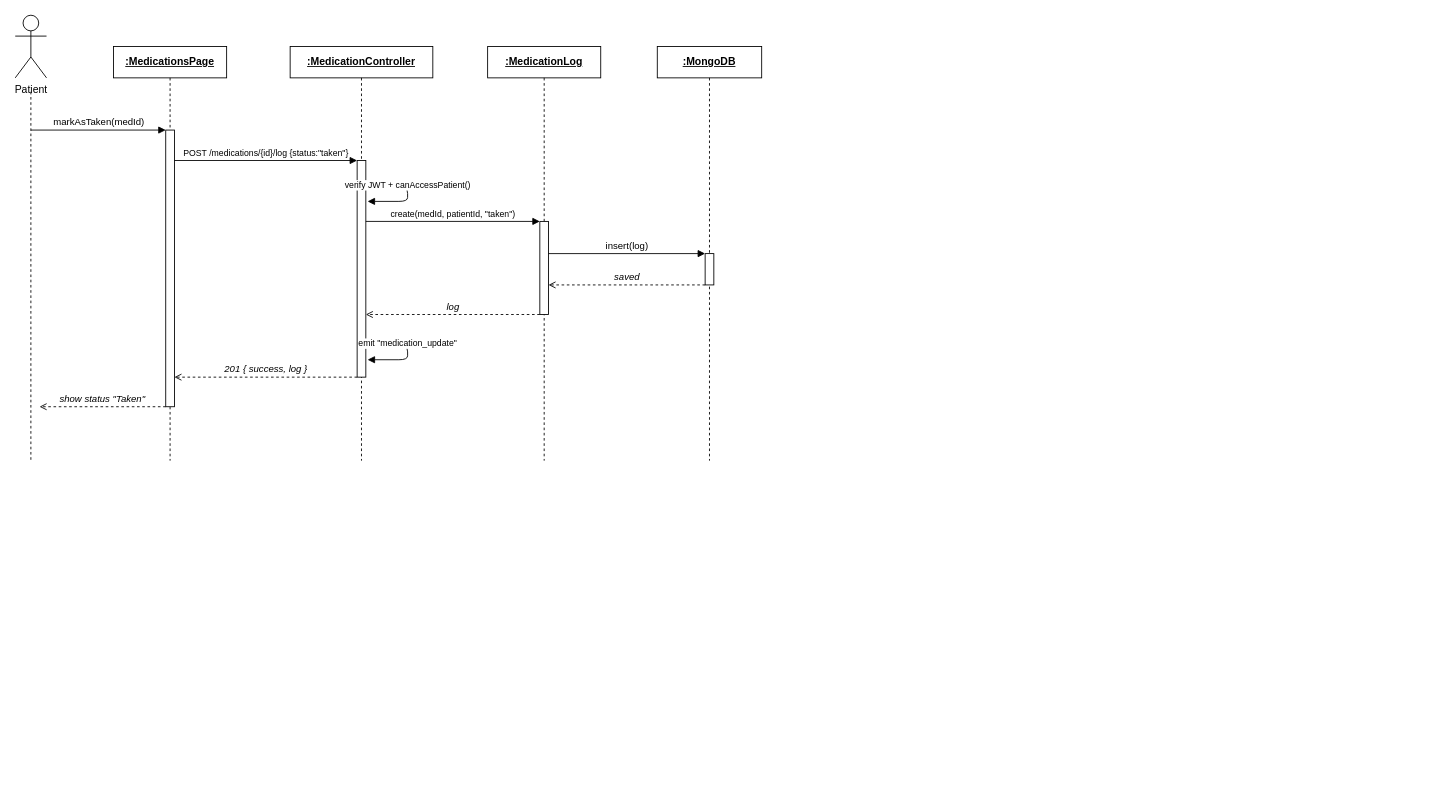
Earlier version of the draw.io diagram docs/diagrams/sequence-take-medication.drawio.xml (Iraj-Shahzad/memoracare-). Source tidied: cells renumbered, new cells numbered last; positions are measured from the earlier drawing's top-left corner, leaving out a move shared by most shapes. Both pictures are drawn from the tidied source at 87%, with x=0, y=0 at pixel (15, 15).
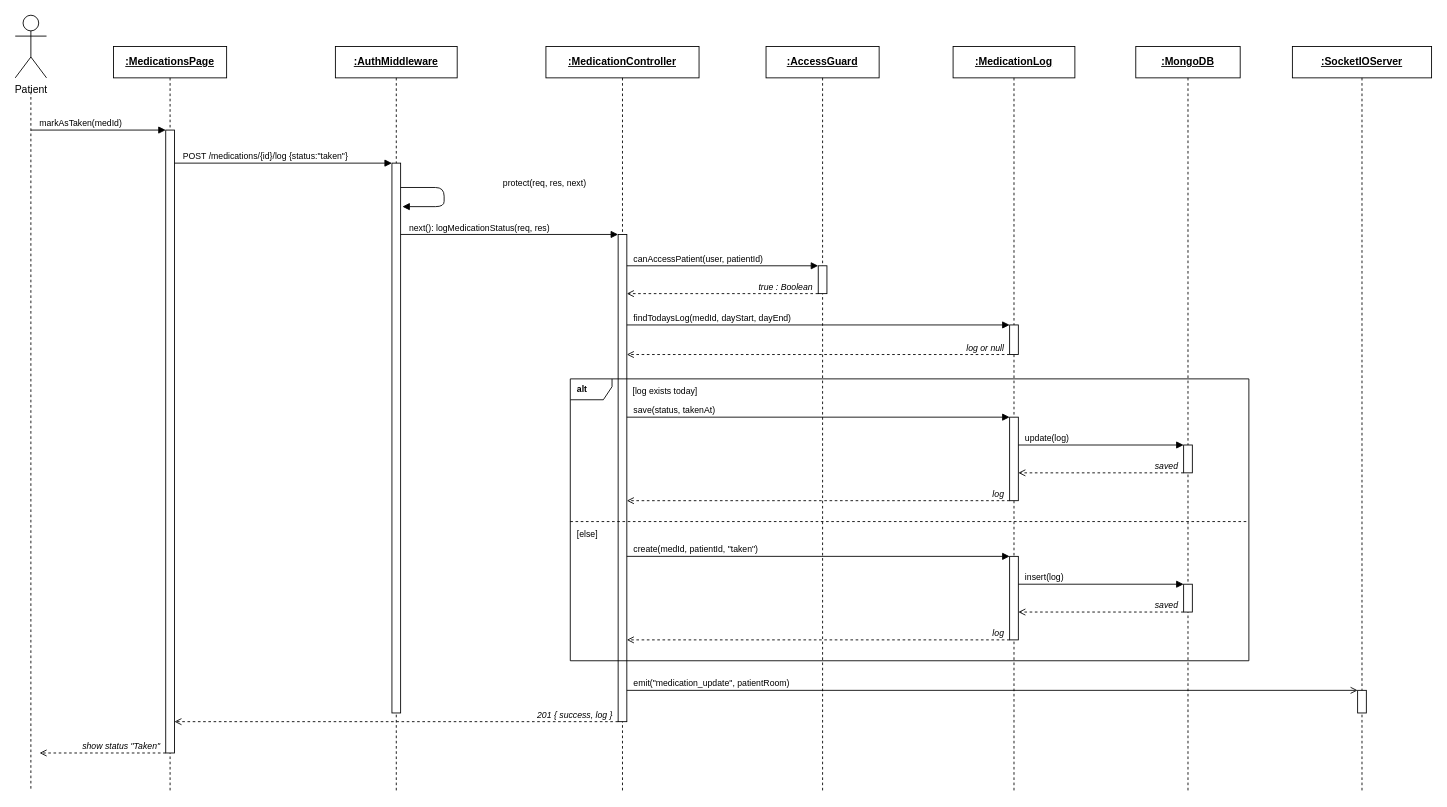
Above is the later version.

The edit, as a diff of the source:
```diff
@@
+    <mxCell id="26" value=":AuthMiddleware" style="rounded=0;whiteSpace=wrap;html=1;fontStyle=5;" parent="1" vertex="1">
+      <mxGeometry x="368" y="36" width="140" height="36" as="geometry" />
+    </mxCell>
     <mxCell id="4" value=":MedicationController" style="rounded=0;whiteSpace=wrap;html=1;fontStyle=5;" parent="1" vertex="1">
-      <mxGeometry x="316" y="36" width="164" height="36" as="geometry" />
+      <mxGeometry x="610" y="36" width="176" height="36" as="geometry" />
     </mxCell>
+    <mxCell id="27" value=":AccessGuard" style="rounded=0;whiteSpace=wrap;html=1;fontStyle=5;" parent="1" vertex="1">
+      <mxGeometry x="863" y="36" width="130" height="36" as="geometry" />
+    </mxCell>
     <mxCell id="5" value=":MedicationLog" style="rounded=0;whiteSpace=wrap;html=1;fontStyle=5;" parent="1" vertex="1">
-      <mxGeometry x="543" y="36" width="130" height="36" as="geometry" />
+      <mxGeometry x="1078" y="36" width="140" height="36" as="geometry" />
     </mxCell>
     <mxCell id="6" value=":MongoDB" style="rounded=0;whiteSpace=wrap;html=1;fontStyle=5;" parent="1" vertex="1">
-      <mxGeometry x="738" y="36" width="120" height="36" as="geometry" />
+      <mxGeometry x="1288" y="36" width="120" height="36" as="geometry" />
     </mxCell>
+    <mxCell id="28" value=":SocketIOServer" style="rounded=0;whiteSpace=wrap;html=1;fontStyle=5;" parent="1" vertex="1">
+      <mxGeometry x="1468" y="36" width="160" height="36" as="geometry" />
+    </mxCell>
     <mxCell id="7" style="endArrow=none;dashed=1;html=1;" parent="1" edge="1">
       <mxGeometry relative="1" as="geometry">
         <mxPoint x="18" y="88" as="sourcePoint" />
-        <mxPoint x="18" y="512" as="targetPoint" />
+        <mxPoint x="18" y="892" as="targetPoint" />
       </mxGeometry>
     </mxCell>
     <mxCell id="8" style="endArrow=none;dashed=1;html=1;" parent="1" edge="1">
       <mxGeometry relative="1" as="geometry">
         <mxPoint x="178" y="72" as="sourcePoint" />
-        <mxPoint x="178" y="512" as="targetPoint" />
+        <mxPoint x="178" y="892" as="targetPoint" />
       </mxGeometry>
     </mxCell>
+    <mxCell id="29" style="endArrow=none;dashed=1;html=1;" parent="1" edge="1">
+      <mxGeometry relative="1" as="geometry">
+        <mxPoint x="438" y="72" as="sourcePoint" />
+        <mxPoint x="438" y="892" as="targetPoint" />
+      </mxGeometry>
+    </mxCell>
     <mxCell id="9" style="endArrow=none;dashed=1;html=1;" parent="1" edge="1">
       <mxGeometry relative="1" as="geometry">
-        <mxPoint x="398" y="72" as="sourcePoint" />
-        <mxPoint x="398" y="512" as="targetPoint" />
+        <mxPoint x="698" y="72" as="sourcePoint" />
+        <mxPoint x="698" y="892" as="targetPoint" />
       </mxGeometry>
     </mxCell>
+    <mxCell id="30" style="endArrow=none;dashed=1;html=1;" parent="1" edge="1">
+      <mxGeometry relative="1" as="geometry">
+        <mxPoint x="928" y="72" as="sourcePoint" />
+        <mxPoint x="928" y="892" as="targetPoint" />
+      </mxGeometry>
+    </mxCell>
     <mxCell id="10" style="endArrow=none;dashed=1;html=1;" parent="1" edge="1">
       <mxGeometry relative="1" as="geometry">
-        <mxPoint x="608" y="72" as="sourcePoint" />
-        <mxPoint x="608" y="512" as="targetPoint" />
+        <mxPoint x="1148" y="72" as="sourcePoint" />
+        <mxPoint x="1148" y="892" as="targetPoint" />
       </mxGeometry>
     </mxCell>
     <mxCell id="11" style="endArrow=none;dashed=1;html=1;" parent="1" edge="1">
       <mxGeometry relative="1" as="geometry">
-        <mxPoint x="798" y="72" as="sourcePoint" />
-        <mxPoint x="798" y="512" as="targetPoint" />
+        <mxPoint x="1348" y="72" as="sourcePoint" />
+        <mxPoint x="1348" y="892" as="targetPoint" />
       </mxGeometry>
     </mxCell>
-    <mxCell id="12" style="rounded=0;html=1;fillColor=#ffffff;" parent="1" vertex="1">
-      <mxGeometry x="173" y="132" width="10" height="318" as="geometry" />
-    </mxCell>
-    <mxCell id="13" style="rounded=0;html=1;fillColor=#ffffff;" parent="1" vertex="1">
-      <mxGeometry x="393" y="167" width="10" height="249" as="geometry" />
-    </mxCell>
-    <mxCell id="14" style="rounded=0;html=1;fillColor=#ffffff;" parent="1" vertex="1">
-      <mxGeometry x="603" y="237" width="10" height="107" as="geometry" />
-    </mxCell>
-    <mxCell id="15" style="rounded=0;html=1;fillColor=#ffffff;" parent="1" vertex="1">
-      <mxGeometry x="793" y="274" width="10" height="36" as="geometry" />
-    </mxCell>
+    <mxCell id="31" style="endArrow=none;dashed=1;html=1;" parent="1" edge="1">
+      <mxGeometry relative="1" as="geometry">
+        <mxPoint x="1548" y="72" as="sourcePoint" />
+        <mxPoint x="1548" y="892" as="targetPoint" />
+      </mxGeometry>
+    </mxCell>
+    <mxCell id="32" style="rounded=0;html=1;fillColor=#ffffff;" parent="1" vertex="1">
+      <mxGeometry x="173" y="132" width="10" height="716" as="geometry" />
+    </mxCell>
+    <mxCell id="33" style="rounded=0;html=1;fillColor=#ffffff;" parent="1" vertex="1">
+      <mxGeometry x="433" y="170" width="10" height="632" as="geometry" />
+    </mxCell>
+    <mxCell id="34" style="rounded=0;html=1;fillColor=#ffffff;" parent="1" vertex="1">
+      <mxGeometry x="693" y="252" width="10" height="560" as="geometry" />
+    </mxCell>
+    <mxCell id="35" style="rounded=0;html=1;fillColor=#ffffff;" parent="1" vertex="1">
+      <mxGeometry x="923" y="288" width="10" height="32" as="geometry" />
+    </mxCell>
+    <mxCell id="36" style="rounded=0;html=1;fillColor=#ffffff;" parent="1" vertex="1">
+      <mxGeometry x="1143" y="356" width="10" height="34" as="geometry" />
+    </mxCell>
+    <mxCell id="37" style="rounded=0;html=1;fillColor=#ffffff;" parent="1" vertex="1">
+      <mxGeometry x="1143" y="462" width="10" height="96" as="geometry" />
+    </mxCell>
+    <mxCell id="38" style="rounded=0;html=1;fillColor=#ffffff;" parent="1" vertex="1">
+      <mxGeometry x="1143" y="622" width="10" height="96" as="geometry" />
+    </mxCell>
+    <mxCell id="39" style="rounded=0;html=1;fillColor=#ffffff;" parent="1" vertex="1">
+      <mxGeometry x="1343" y="494" width="10" height="32" as="geometry" />
+    </mxCell>
+    <mxCell id="40" style="rounded=0;html=1;fillColor=#ffffff;" parent="1" vertex="1">
+      <mxGeometry x="1343" y="654" width="10" height="32" as="geometry" />
+    </mxCell>
+    <mxCell id="41" style="rounded=0;html=1;fillColor=#ffffff;" parent="1" vertex="1">
+      <mxGeometry x="1543" y="776" width="10" height="26" as="geometry" />
+    </mxCell>
+    <mxCell id="42" value="alt" style="shape=umlFrame;whiteSpace=wrap;html=1;fillColor=none;width=48;height=24;align=left;spacingLeft=6;verticalAlign=top;fontSize=10;fontStyle=1;" parent="1" vertex="1">
+      <mxGeometry x="638" y="418" width="780" height="324" as="geometry" />
+    </mxCell>
+    <mxCell id="43" value="[log exists today]" style="text;html=1;align=left;verticalAlign=middle;fontSize=10;" parent="1" vertex="1">
+      <mxGeometry x="708" y="420" width="130" height="24" as="geometry" />
+    </mxCell>
+    <mxCell id="44" style="endArrow=none;dashed=1;html=1;" parent="1" edge="1">
+      <mxGeometry relative="1" as="geometry">
+        <mxPoint x="638" y="582" as="sourcePoint" />
+        <mxPoint x="1418" y="582" as="targetPoint" />
+      </mxGeometry>
+    </mxCell>
+    <mxCell id="45" value="[else]" style="text;html=1;align=left;verticalAlign=middle;fontSize=10;" parent="1" vertex="1">
+      <mxGeometry x="644" y="584" width="70" height="24" as="geometry" />
+    </mxCell>
-    <mxCell id="16" value="markAsTaken(medId)" style="html=1;endArrow=block;fillColor=#000000;align=center;verticalAlign=bottom;" parent="1" edge="1">
+    <mxCell id="16" style="html=1;endArrow=block;endFill=1;fillColor=#000000;" parent="1" edge="1">
       <mxGeometry relative="1" as="geometry">
         <mxPoint x="18" y="132" as="sourcePoint" />
         <mxPoint x="173" y="132" as="targetPoint" />
       </mxGeometry>
     </mxCell>
+    <mxCell id="46" value="markAsTaken(medId)" style="edgeLabel;html=1;align=left;verticalAlign=bottom;fontSize=10;labelBackgroundColor=none;" parent="16" vertex="1">
+      <mxGeometry x="-1" relative="1" as="geometry">
+        <mxPoint x="8" as="offset" />
+      </mxGeometry>
+    </mxCell>
-    <mxCell id="17" value="POST /medications/{id}/log {status:&quot;taken&quot;}" style="html=1;endArrow=block;fillColor=#000000;align=center;verticalAlign=bottom;fontSize=10;" parent="1" edge="1">
+    <mxCell id="17" style="html=1;endArrow=block;endFill=1;fillColor=#000000;" parent="1" edge="1">
       <mxGeometry relative="1" as="geometry">
-        <mxPoint x="183" y="167" as="sourcePoint" />
-        <mxPoint x="393" y="167" as="targetPoint" />
+        <mxPoint x="183" y="170" as="sourcePoint" />
+        <mxPoint x="433" y="170" as="targetPoint" />
       </mxGeometry>
     </mxCell>
+    <mxCell id="47" value="POST /medications/{id}/log {status:&quot;taken&quot;}" style="edgeLabel;html=1;align=left;verticalAlign=bottom;fontSize=10;labelBackgroundColor=none;" parent="17" vertex="1">
+      <mxGeometry x="-1" relative="1" as="geometry">
+        <mxPoint x="8" as="offset" />
+      </mxGeometry>
+    </mxCell>
-    <mxCell id="18" value="verify JWT + canAccessPatient()" style="html=1;endArrow=block;fillColor=#000000;fontSize=10;verticalAlign=bottom;" parent="1" edge="1">
+    <mxCell id="18" style="html=1;endArrow=block;endFill=1;fillColor=#000000;" parent="1" edge="1">
       <mxGeometry relative="1" as="geometry">
-        <mxPoint x="403" y="196" as="sourcePoint" />
-        <mxPoint x="405" y="214" as="targetPoint" />
+        <mxPoint x="443" y="198" as="sourcePoint" />
+        <mxPoint x="445" y="220" as="targetPoint" />
         <Array as="points">
-          <mxPoint x="451" y="196" />
-          <mxPoint x="451" y="214" />
+          <mxPoint x="493" y="198" />
+          <mxPoint x="493" y="220" />
         </Array>
       </mxGeometry>
     </mxCell>
+    <mxCell id="48" value="protect(req, res, next)" style="edgeLabel;html=1;align=left;verticalAlign=middle;fontSize=10;labelBackgroundColor=none;" parent="18" vertex="1">
+      <mxGeometry relative="1" as="geometry">
+        <mxPoint x="66" y="-16" as="offset" />
+      </mxGeometry>
+    </mxCell>
-    <mxCell id="19" value="create(medId, patientId, &quot;taken&quot;)" style="html=1;endArrow=block;fillColor=#000000;align=center;verticalAlign=bottom;fontSize=10;" parent="1" edge="1">
+    <mxCell id="19" style="html=1;endArrow=block;endFill=1;fillColor=#000000;" parent="1" edge="1">
       <mxGeometry relative="1" as="geometry">
-        <mxPoint x="403" y="237" as="sourcePoint" />
-        <mxPoint x="603" y="237" as="targetPoint" />
+        <mxPoint x="443" y="252" as="sourcePoint" />
+        <mxPoint x="693" y="252" as="targetPoint" />
       </mxGeometry>
     </mxCell>
+    <mxCell id="49" value="next(): logMedicationStatus(req, res)" style="edgeLabel;html=1;align=left;verticalAlign=bottom;fontSize=10;labelBackgroundColor=none;" parent="19" vertex="1">
+      <mxGeometry x="-1" relative="1" as="geometry">
+        <mxPoint x="8" as="offset" />
+      </mxGeometry>
+    </mxCell>
-    <mxCell id="20" value="insert(log)" style="html=1;endArrow=block;fillColor=#000000;align=center;verticalAlign=bottom;" parent="1" edge="1">
+    <mxCell id="20" style="html=1;endArrow=block;endFill=1;fillColor=#000000;" parent="1" edge="1">
       <mxGeometry relative="1" as="geometry">
-        <mxPoint x="613" y="274" as="sourcePoint" />
-        <mxPoint x="793" y="274" as="targetPoint" />
+        <mxPoint x="703" y="288" as="sourcePoint" />
+        <mxPoint x="923" y="288" as="targetPoint" />
       </mxGeometry>
     </mxCell>
+    <mxCell id="50" value="canAccessPatient(user, patientId)" style="edgeLabel;html=1;align=left;verticalAlign=bottom;fontSize=10;labelBackgroundColor=none;" parent="20" vertex="1">
+      <mxGeometry x="-1" relative="1" as="geometry">
+        <mxPoint x="6" as="offset" />
+      </mxGeometry>
+    </mxCell>
-    <mxCell id="21" value="saved" style="html=1;endArrow=open;dashed=1;align=center;verticalAlign=bottom;fontStyle=2;" parent="1" edge="1">
+    <mxCell id="21" style="html=1;endArrow=open;endFill=0;dashed=1;" parent="1" edge="1">
       <mxGeometry relative="1" as="geometry">
-        <mxPoint x="793" y="310" as="sourcePoint" />
-        <mxPoint x="613" y="310" as="targetPoint" />
+        <mxPoint x="923" y="320" as="sourcePoint" />
+        <mxPoint x="703" y="320" as="targetPoint" />
       </mxGeometry>
     </mxCell>
-    <mxCell id="22" value="log" style="html=1;endArrow=open;dashed=1;align=center;verticalAlign=bottom;fontStyle=2;" parent="1" edge="1">
-      <mxGeometry relative="1" as="geometry">
-        <mxPoint x="603" y="344" as="sourcePoint" />
-        <mxPoint x="403" y="344" as="targetPoint" />
-      </mxGeometry>
-    </mxCell>
-    <mxCell id="23" value="emit &quot;medication_update&quot;" style="html=1;endArrow=block;fillColor=#000000;fontSize=10;verticalAlign=bottom;" parent="1" edge="1">
-      <mxGeometry relative="1" as="geometry">
-        <mxPoint x="403" y="378" as="sourcePoint" />
-        <mxPoint x="405" y="396" as="targetPoint" />
-        <Array as="points">
-          <mxPoint x="451" y="378" />
-          <mxPoint x="451" y="396" />
-        </Array>
-      </mxGeometry>
-    </mxCell>
+    <mxCell id="51" value="true : Boolean" style="edgeLabel;html=1;align=right;verticalAlign=bottom;fontSize=10;fontStyle=2;labelBackgroundColor=none;" parent="21" vertex="1">
+      <mxGeometry x="-1" relative="1" as="geometry">
+        <mxPoint x="-6" as="offset" />
+      </mxGeometry>
+    </mxCell>
+    <mxCell id="52" style="html=1;endArrow=block;endFill=1;fillColor=#000000;" parent="1" edge="1">
+      <mxGeometry relative="1" as="geometry">
+        <mxPoint x="703" y="356" as="sourcePoint" />
+        <mxPoint x="1143" y="356" as="targetPoint" />
+      </mxGeometry>
+    </mxCell>
+    <mxCell id="53" value="findTodaysLog(medId, dayStart, dayEnd)" style="edgeLabel;html=1;align=left;verticalAlign=bottom;fontSize=10;labelBackgroundColor=none;" parent="52" vertex="1">
+      <mxGeometry x="-1" relative="1" as="geometry">
+        <mxPoint x="6" as="offset" />
+      </mxGeometry>
+    </mxCell>
+    <mxCell id="54" style="html=1;endArrow=open;endFill=0;dashed=1;" parent="1" edge="1">
+      <mxGeometry relative="1" as="geometry">
+        <mxPoint x="1143" y="390" as="sourcePoint" />
+        <mxPoint x="703" y="390" as="targetPoint" />
+      </mxGeometry>
+    </mxCell>
+    <mxCell id="55" value="log or null" style="edgeLabel;html=1;align=right;verticalAlign=bottom;fontSize=10;fontStyle=2;labelBackgroundColor=none;" parent="54" vertex="1">
+      <mxGeometry x="-1" relative="1" as="geometry">
+        <mxPoint x="-6" as="offset" />
+      </mxGeometry>
+    </mxCell>
+    <mxCell id="56" style="html=1;endArrow=block;endFill=1;fillColor=#000000;" parent="1" edge="1">
+      <mxGeometry relative="1" as="geometry">
+        <mxPoint x="703" y="462" as="sourcePoint" />
+        <mxPoint x="1143" y="462" as="targetPoint" />
+      </mxGeometry>
+    </mxCell>
+    <mxCell id="57" value="save(status, takenAt)" style="edgeLabel;html=1;align=left;verticalAlign=bottom;fontSize=10;labelBackgroundColor=none;" parent="56" vertex="1">
+      <mxGeometry x="-1" relative="1" as="geometry">
+        <mxPoint x="6" as="offset" />
+      </mxGeometry>
+    </mxCell>
+    <mxCell id="58" style="html=1;endArrow=block;endFill=1;fillColor=#000000;" parent="1" edge="1">
+      <mxGeometry relative="1" as="geometry">
+        <mxPoint x="1153" y="494" as="sourcePoint" />
+        <mxPoint x="1343" y="494" as="targetPoint" />
+      </mxGeometry>
+    </mxCell>
+    <mxCell id="59" value="update(log)" style="edgeLabel;html=1;align=left;verticalAlign=bottom;fontSize=10;labelBackgroundColor=none;" parent="58" vertex="1">
+      <mxGeometry x="-1" relative="1" as="geometry">
+        <mxPoint x="6" as="offset" />
+      </mxGeometry>
+    </mxCell>
+    <mxCell id="60" style="html=1;endArrow=open;endFill=0;dashed=1;" parent="1" edge="1">
+      <mxGeometry relative="1" as="geometry">
+        <mxPoint x="1343" y="526" as="sourcePoint" />
+        <mxPoint x="1153" y="526" as="targetPoint" />
+      </mxGeometry>
+    </mxCell>
+    <mxCell id="61" value="saved" style="edgeLabel;html=1;align=right;verticalAlign=bottom;fontSize=10;fontStyle=2;labelBackgroundColor=none;" parent="60" vertex="1">
+      <mxGeometry x="-1" relative="1" as="geometry">
+        <mxPoint x="-6" as="offset" />
+      </mxGeometry>
+    </mxCell>
+    <mxCell id="62" style="html=1;endArrow=open;endFill=0;dashed=1;" parent="1" edge="1">
+      <mxGeometry relative="1" as="geometry">
+        <mxPoint x="1143" y="558" as="sourcePoint" />
+        <mxPoint x="703" y="558" as="targetPoint" />
+      </mxGeometry>
+    </mxCell>
+    <mxCell id="63" value="log" style="edgeLabel;html=1;align=right;verticalAlign=bottom;fontSize=10;fontStyle=2;labelBackgroundColor=none;" parent="62" vertex="1">
+      <mxGeometry x="-1" relative="1" as="geometry">
+        <mxPoint x="-6" as="offset" />
+      </mxGeometry>
+    </mxCell>
+    <mxCell id="64" style="html=1;endArrow=block;endFill=1;fillColor=#000000;" parent="1" edge="1">
+      <mxGeometry relative="1" as="geometry">
+        <mxPoint x="703" y="622" as="sourcePoint" />
+        <mxPoint x="1143" y="622" as="targetPoint" />
+      </mxGeometry>
+    </mxCell>
+    <mxCell id="65" value="create(medId, patientId, &quot;taken&quot;)" style="edgeLabel;html=1;align=left;verticalAlign=bottom;fontSize=10;labelBackgroundColor=none;" parent="64" vertex="1">
+      <mxGeometry x="-1" relative="1" as="geometry">
+        <mxPoint x="6" as="offset" />
+      </mxGeometry>
+    </mxCell>
+    <mxCell id="66" style="html=1;endArrow=block;endFill=1;fillColor=#000000;" parent="1" edge="1">
+      <mxGeometry relative="1" as="geometry">
+        <mxPoint x="1153" y="654" as="sourcePoint" />
+        <mxPoint x="1343" y="654" as="targetPoint" />
+      </mxGeometry>
+    </mxCell>
+    <mxCell id="67" value="insert(log)" style="edgeLabel;html=1;align=left;verticalAlign=bottom;fontSize=10;labelBackgroundColor=none;" parent="66" vertex="1">
+      <mxGeometry x="-1" relative="1" as="geometry">
+        <mxPoint x="6" as="offset" />
+      </mxGeometry>
+    </mxCell>
+    <mxCell id="68" style="html=1;endArrow=open;endFill=0;dashed=1;" parent="1" edge="1">
+      <mxGeometry relative="1" as="geometry">
+        <mxPoint x="1343" y="686" as="sourcePoint" />
+        <mxPoint x="1153" y="686" as="targetPoint" />
+      </mxGeometry>
+    </mxCell>
+    <mxCell id="69" value="saved" style="edgeLabel;html=1;align=right;verticalAlign=bottom;fontSize=10;fontStyle=2;labelBackgroundColor=none;" parent="68" vertex="1">
+      <mxGeometry x="-1" relative="1" as="geometry">
+        <mxPoint x="-6" as="offset" />
+      </mxGeometry>
+    </mxCell>
+    <mxCell id="70" style="html=1;endArrow=open;endFill=0;dashed=1;" parent="1" edge="1">
+      <mxGeometry relative="1" as="geometry">
+        <mxPoint x="1143" y="718" as="sourcePoint" />
+        <mxPoint x="703" y="718" as="targetPoint" />
+      </mxGeometry>
+    </mxCell>
+    <mxCell id="71" value="log" style="edgeLabel;html=1;align=right;verticalAlign=bottom;fontSize=10;fontStyle=2;labelBackgroundColor=none;" parent="70" vertex="1">
+      <mxGeometry x="-1" relative="1" as="geometry">
+        <mxPoint x="-6" as="offset" />
+      </mxGeometry>
+    </mxCell>
+    <mxCell id="72" style="html=1;endArrow=open;endFill=0;dashed=0;" parent="1" edge="1">
+      <mxGeometry relative="1" as="geometry">
+        <mxPoint x="703" y="776" as="sourcePoint" />
+        <mxPoint x="1543" y="776" as="targetPoint" />
+      </mxGeometry>
+    </mxCell>
+    <mxCell id="73" value="emit(&quot;medication_update&quot;, patientRoom)" style="edgeLabel;html=1;align=left;verticalAlign=bottom;fontSize=10;labelBackgroundColor=none;" parent="72" vertex="1">
+      <mxGeometry x="-1" relative="1" as="geometry">
+        <mxPoint x="6" as="offset" />
+      </mxGeometry>
+    </mxCell>
+    <mxCell id="74" style="html=1;endArrow=open;endFill=0;dashed=1;" parent="1" edge="1">
+      <mxGeometry relative="1" as="geometry">
+        <mxPoint x="693" y="812" as="sourcePoint" />
+        <mxPoint x="183" y="812" as="targetPoint" />
+      </mxGeometry>
+    </mxCell>
-    <mxCell id="24" value="201 { success, log }" style="html=1;endArrow=open;dashed=1;align=center;verticalAlign=bottom;fontStyle=2;" parent="1" edge="1">
-      <mxGeometry relative="1" as="geometry">
-        <mxPoint x="393" y="416" as="sourcePoint" />
-        <mxPoint x="183" y="416" as="targetPoint" />
+    <mxCell id="24" value="201 { success, log }" style="edgeLabel;html=1;align=right;verticalAlign=bottom;fontSize=10;fontStyle=2;labelBackgroundColor=none;" parent="74" vertex="1">
+      <mxGeometry x="-1" relative="1" as="geometry">
+        <mxPoint x="-6" as="offset" />
       </mxGeometry>
     </mxCell>
+    <mxCell id="75" style="html=1;endArrow=open;endFill=0;dashed=1;" parent="1" edge="1">
+      <mxGeometry relative="1" as="geometry">
+        <mxPoint x="173" y="848" as="sourcePoint" />
+        <mxPoint x="28" y="848" as="targetPoint" />
+      </mxGeometry>
+    </mxCell>
-    <mxCell id="25" value="show status &quot;Taken&quot;" style="html=1;endArrow=open;dashed=1;align=center;verticalAlign=bottom;fontStyle=2;" parent="1" edge="1">
-      <mxGeometry relative="1" as="geometry">
-        <mxPoint x="173" y="450" as="sourcePoint" />
-        <mxPoint x="28" y="450" as="targetPoint" />
+    <mxCell id="25" value="show status &quot;Taken&quot;" style="edgeLabel;html=1;align=right;verticalAlign=bottom;fontSize=10;fontStyle=2;labelBackgroundColor=none;" parent="75" vertex="1">
+      <mxGeometry x="-1" relative="1" as="geometry">
+        <mxPoint x="-6" as="offset" />
       </mxGeometry>
     </mxCell>
```
